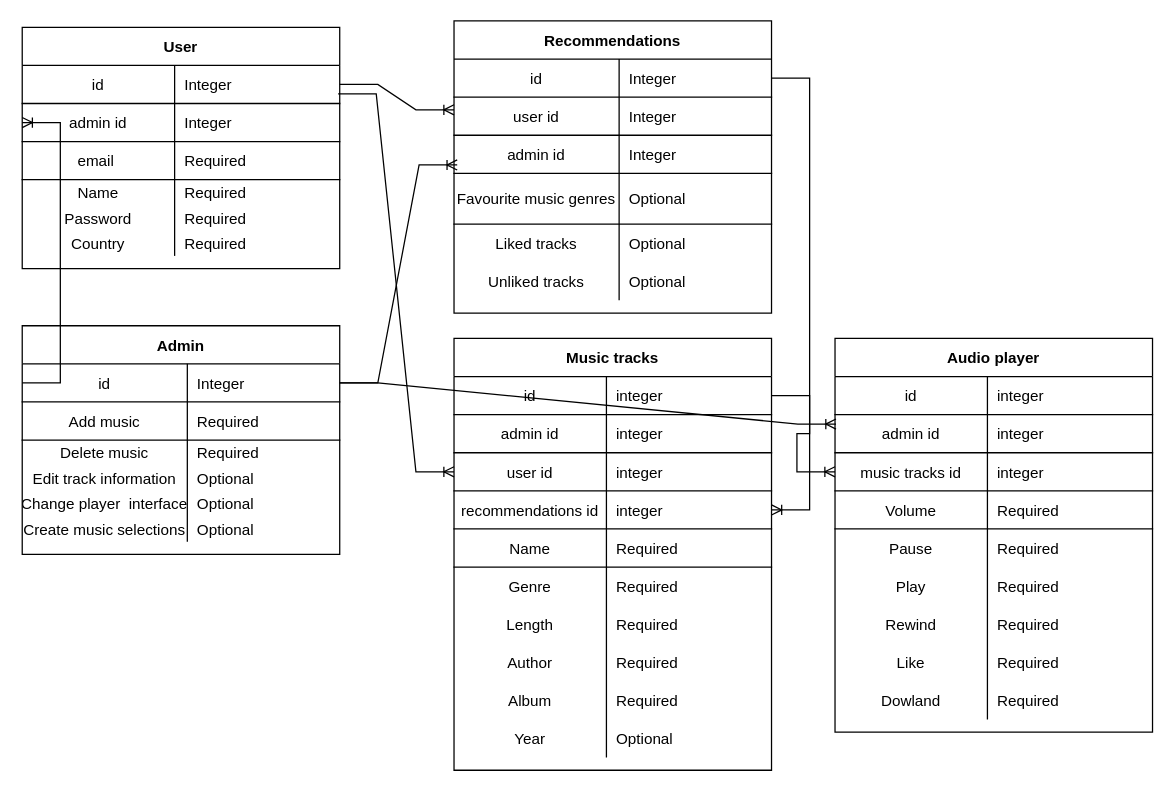
This is CP-2/Диаграмма без названия.drawio from Kameleva/mysite, a draw.io file, before an edit. Source tidied: cells renumbered, new cells numbered last; positions are measured from the earlier drawing's top-left corner, leaving out a move shared by most shapes. Both pictures are drawn from the tidied source at 127%, with x=0, y=0 at pixel (-349, -30).
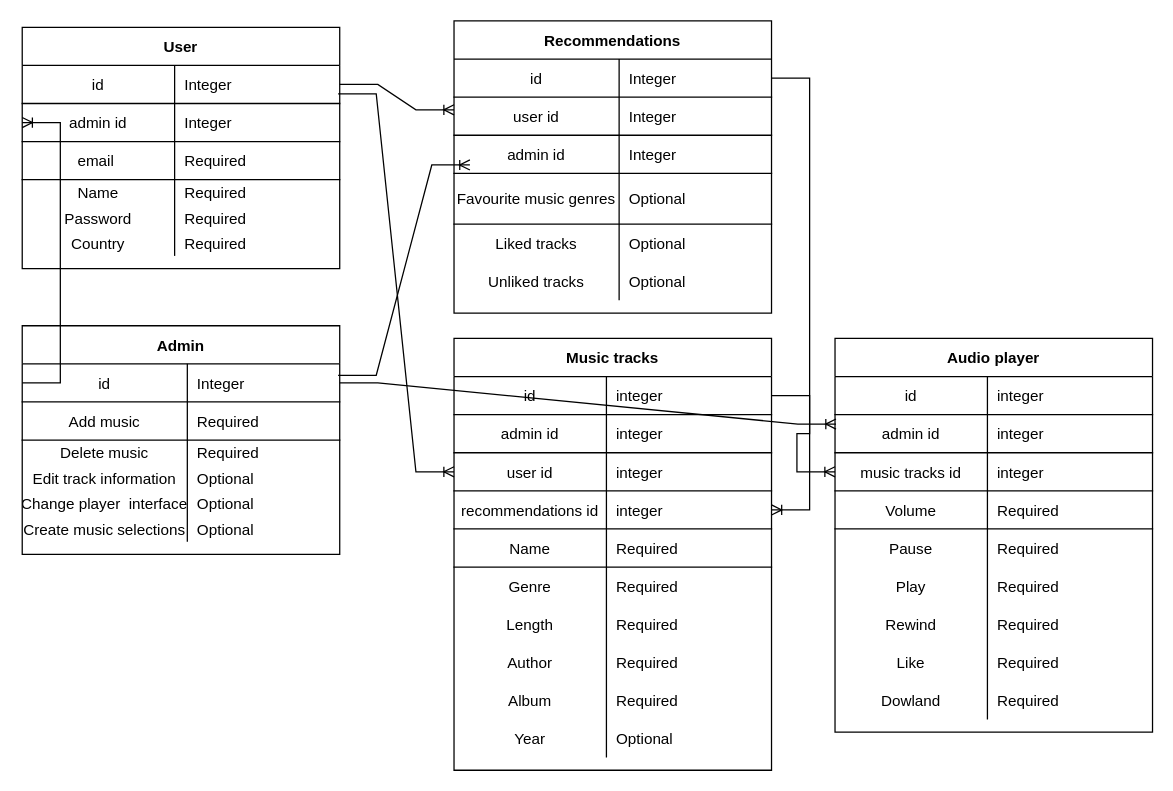
After the change.

Unchanged cells that the change refers to:
```xml
<mxCell id="9" style="shape=partialRectangle;fillColor=none;points=[[0,0.5],[1,0.5]];portConstraint=eastwest;top=0;left=0;right=0;bottom=1;" parent="2" vertex="1">
  <mxGeometry y="90" width="250" height="30" as="geometry" />
</mxCell>
<mxCell id="100" style="shape=partialRectangle;fillColor=none;points=[[0,0.5],[1,0.5]];portConstraint=eastwest;top=0;left=0;right=0;bottom=1;" parent="99" vertex="1">
  <mxGeometry y="30" width="250" height="30" as="geometry" />
</mxCell>
```

Diff of the diagram source:
```diff
@@
-    <mxCell id="121" style="edgeStyle=entityRelationEdgeStyle;fontSize=12;html=1;endArrow=ERoneToMany;rounded=0;exitX=1;exitY=0.5;exitDx=0;exitDy=0;entryX=0.01;entryY=0.78;entryDx=0;entryDy=0;entryPerimeter=0;" parent="1" edge="1" source="100" target="9">
-      <mxGeometry relative="1" as="geometry" />
+    <mxCell id="121" style="edgeStyle=entityRelationEdgeStyle;fontSize=12;html=1;endArrow=ERoneToMany;rounded=0;exitX=0.995;exitY=0.3;exitDx=0;exitDy=0;entryX=0.01;entryY=0.78;entryDx=0;entryDy=0;entryPerimeter=0;exitPerimeter=0;" parent="1" edge="1" source="100">
+      <mxGeometry relative="1" as="geometry">
+        <mxPoint x="644.5" y="153.4" as="targetPoint" />
+      </mxGeometry>
     </mxCell>
```
